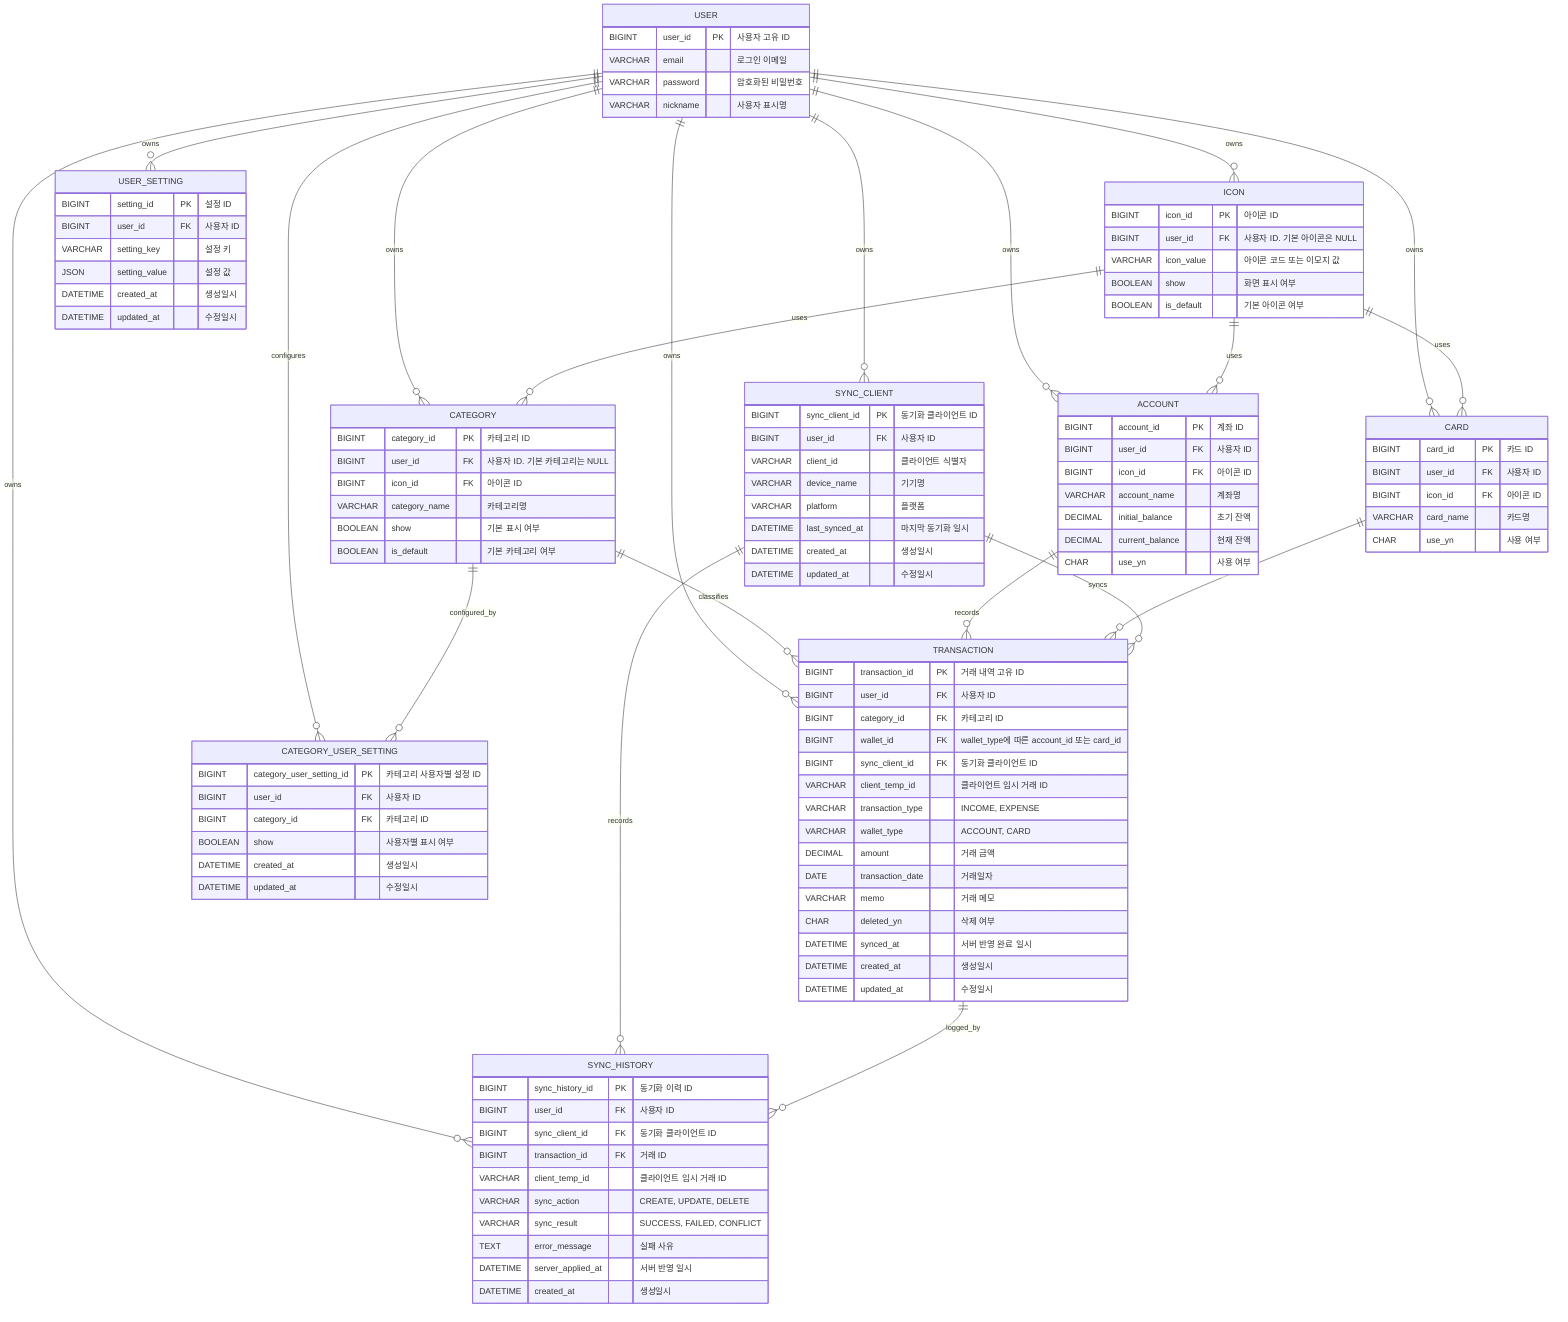
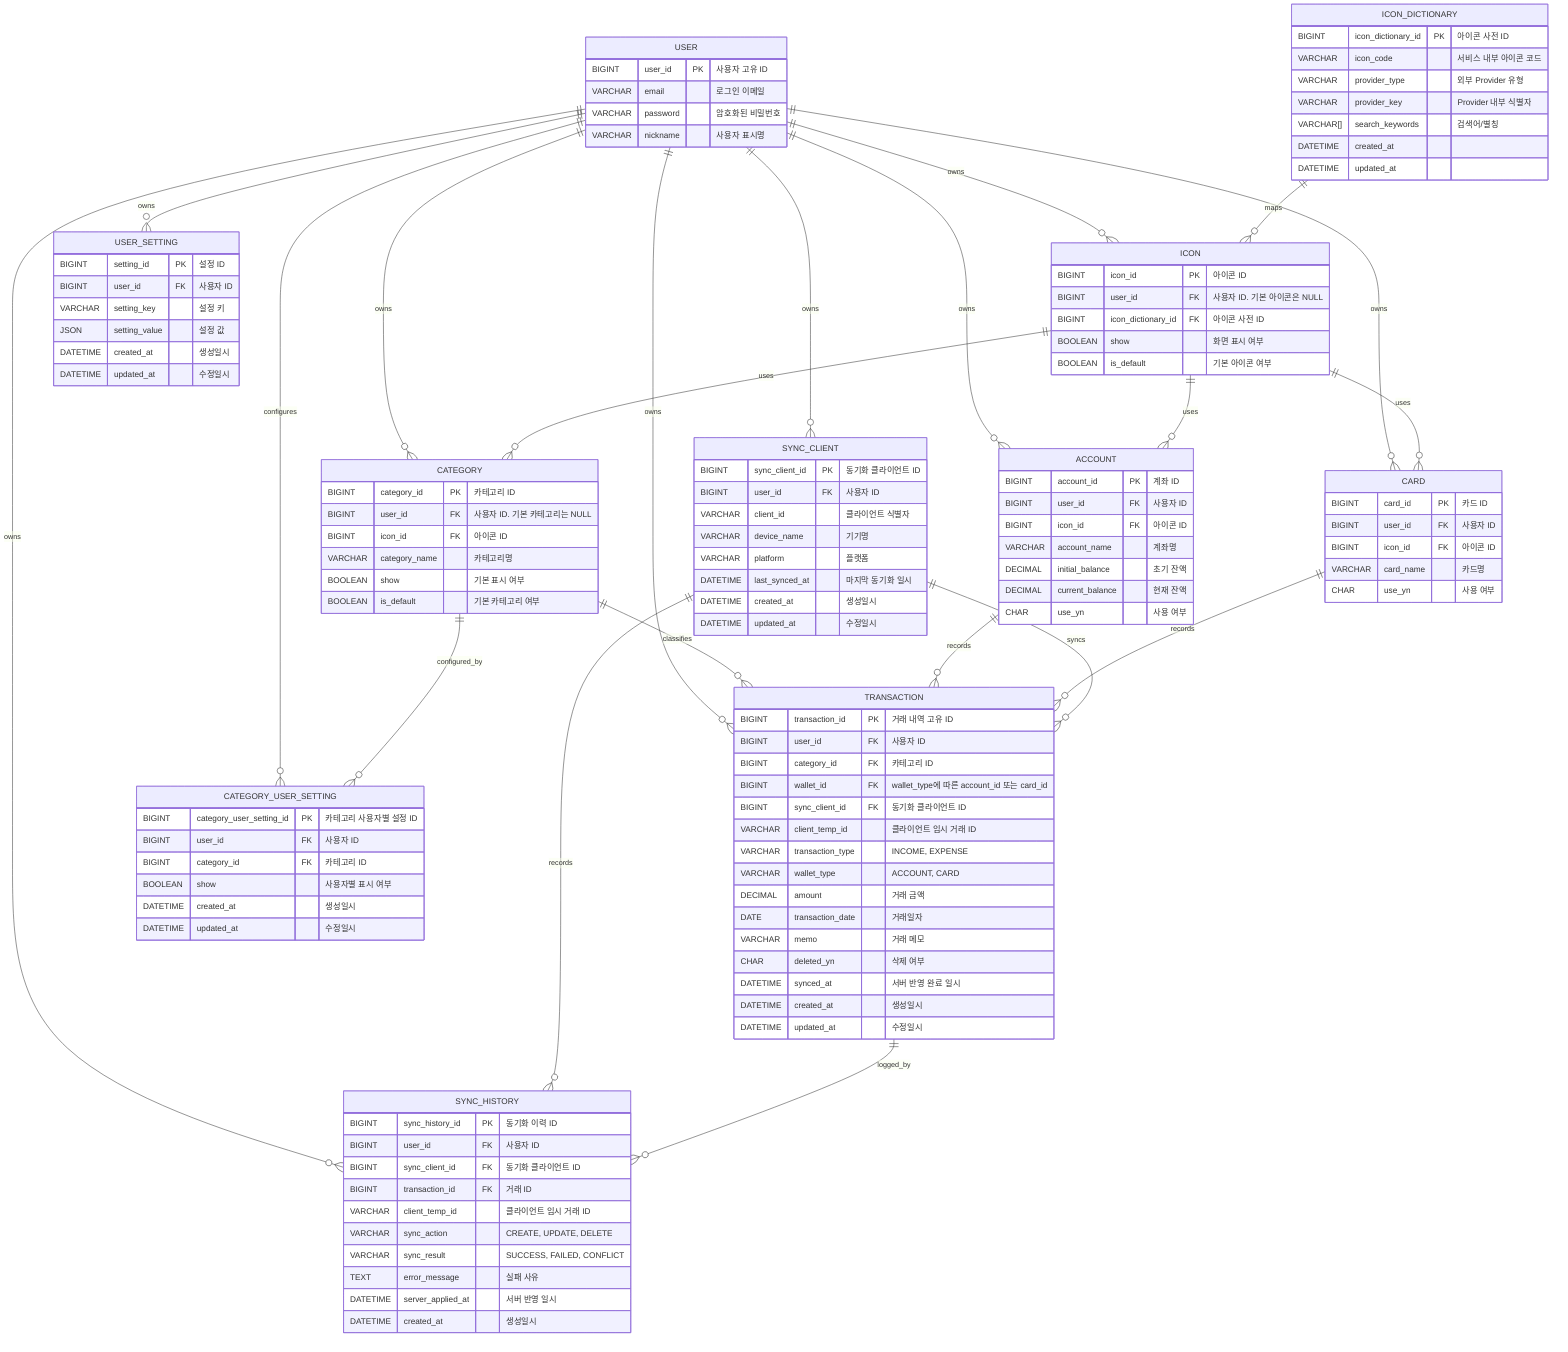
```mermaid
erDiagram

    USER ||--o{ TRANSACTION : owns
    USER ||--o{ ACCOUNT : owns
    USER ||--o{ CARD : owns
    USER ||--o{ CATEGORY : owns
    USER ||--o{ CATEGORY_USER_SETTING : configures
    USER ||--o{ ICON : owns
+     ICON_DICTIONARY ||--o{ ICON : maps
    USER ||--o{ USER_SETTING : owns
    USER ||--o{ SYNC_CLIENT : owns
    USER ||--o{ SYNC_HISTORY : owns

    CATEGORY ||--o{ TRANSACTION : classifies
    CATEGORY ||--o{ CATEGORY_USER_SETTING : configured_by

    ACCOUNT ||--o{ TRANSACTION : records
    CARD ||--o{ TRANSACTION : records
    SYNC_CLIENT ||--o{ TRANSACTION : syncs
    SYNC_CLIENT ||--o{ SYNC_HISTORY : records
    TRANSACTION ||--o{ SYNC_HISTORY : logged_by

    ICON ||--o{ ACCOUNT : uses
    ICON ||--o{ CARD : uses
    ICON ||--o{ CATEGORY : uses
+ 
+     ICON_DICTIONARY {
+         BIGINT icon_dictionary_id PK "아이콘 사전 ID"
+         VARCHAR icon_code "서비스 내부 아이콘 코드"
+         VARCHAR provider_type "외부 Provider 유형"
+         VARCHAR provider_key "Provider 내부 식별자"
+         VARCHAR[] search_keywords "검색어/별칭"
+         DATETIME created_at
+         DATETIME updated_at
+     }

    USER {
        BIGINT user_id PK "사용자 고유 ID"
        VARCHAR email "로그인 이메일"
        VARCHAR password "암호화된 비밀번호"
        VARCHAR nickname "사용자 표시명"
    }

    TRANSACTION {
        BIGINT transaction_id PK "거래 내역 고유 ID"
        BIGINT user_id FK "사용자 ID"
        BIGINT category_id FK "카테고리 ID"
        BIGINT wallet_id FK "wallet_type에 따른 account_id 또는 card_id"
        BIGINT sync_client_id FK "동기화 클라이언트 ID"
        VARCHAR client_temp_id "클라이언트 임시 거래 ID"
        VARCHAR transaction_type "INCOME, EXPENSE"
        VARCHAR wallet_type "ACCOUNT, CARD"
        DECIMAL amount "거래 금액"
        DATE transaction_date "거래일자"
        VARCHAR memo "거래 메모"
        CHAR deleted_yn "삭제 여부"
        DATETIME synced_at "서버 반영 완료 일시"
        DATETIME created_at "생성일시"
        DATETIME updated_at "수정일시"
    }

    ACCOUNT {
        BIGINT account_id PK "계좌 ID"
        BIGINT user_id FK "사용자 ID"
        BIGINT icon_id FK "아이콘 ID"
        VARCHAR account_name "계좌명"
        DECIMAL initial_balance "초기 잔액"
        DECIMAL current_balance "현재 잔액"
        CHAR use_yn "사용 여부"
    }

    CARD {
        BIGINT card_id PK "카드 ID"
        BIGINT user_id FK "사용자 ID"
        BIGINT icon_id FK "아이콘 ID"
        VARCHAR card_name "카드명"
        CHAR use_yn "사용 여부"
    }

    CATEGORY {
        BIGINT category_id PK "카테고리 ID"
        BIGINT user_id FK "사용자 ID. 기본 카테고리는 NULL"
        BIGINT icon_id FK "아이콘 ID"
        VARCHAR category_name "카테고리명"
        BOOLEAN show "기본 표시 여부"
        BOOLEAN is_default "기본 카테고리 여부"
    }

    CATEGORY_USER_SETTING {
        BIGINT category_user_setting_id PK "카테고리 사용자별 설정 ID"
        BIGINT user_id FK "사용자 ID"
        BIGINT category_id FK "카테고리 ID"
        BOOLEAN show "사용자별 표시 여부"
        DATETIME created_at "생성일시"
        DATETIME updated_at "수정일시"
    }

    ICON {
        BIGINT icon_id PK "아이콘 ID"
        BIGINT user_id FK "사용자 ID. 기본 아이콘은 NULL"
-         VARCHAR icon_value "아이콘 코드 또는 이모지 값"
+         BIGINT icon_dictionary_id FK "아이콘 사전 ID"
        BOOLEAN show "화면 표시 여부"
        BOOLEAN is_default "기본 아이콘 여부"
    }

    USER_SETTING {
        BIGINT setting_id PK "설정 ID"
        BIGINT user_id FK "사용자 ID"
        VARCHAR setting_key "설정 키"
        JSON setting_value "설정 값"
        DATETIME created_at "생성일시"
        DATETIME updated_at "수정일시"
    }

    SYNC_CLIENT {
        BIGINT sync_client_id PK "동기화 클라이언트 ID"
        BIGINT user_id FK "사용자 ID"
        VARCHAR client_id "클라이언트 식별자"
        VARCHAR device_name "기기명"
        VARCHAR platform "플랫폼"
        DATETIME last_synced_at "마지막 동기화 일시"
        DATETIME created_at "생성일시"
        DATETIME updated_at "수정일시"
    }

    SYNC_HISTORY {
        BIGINT sync_history_id PK "동기화 이력 ID"
        BIGINT user_id FK "사용자 ID"
        BIGINT sync_client_id FK "동기화 클라이언트 ID"
        BIGINT transaction_id FK "거래 ID"
        VARCHAR client_temp_id "클라이언트 임시 거래 ID"
        VARCHAR sync_action "CREATE, UPDATE, DELETE"
        VARCHAR sync_result "SUCCESS, FAILED, CONFLICT"
        TEXT error_message "실패 사유"
        DATETIME server_applied_at "서버 반영 일시"
        DATETIME created_at "생성일시"
    }
```
